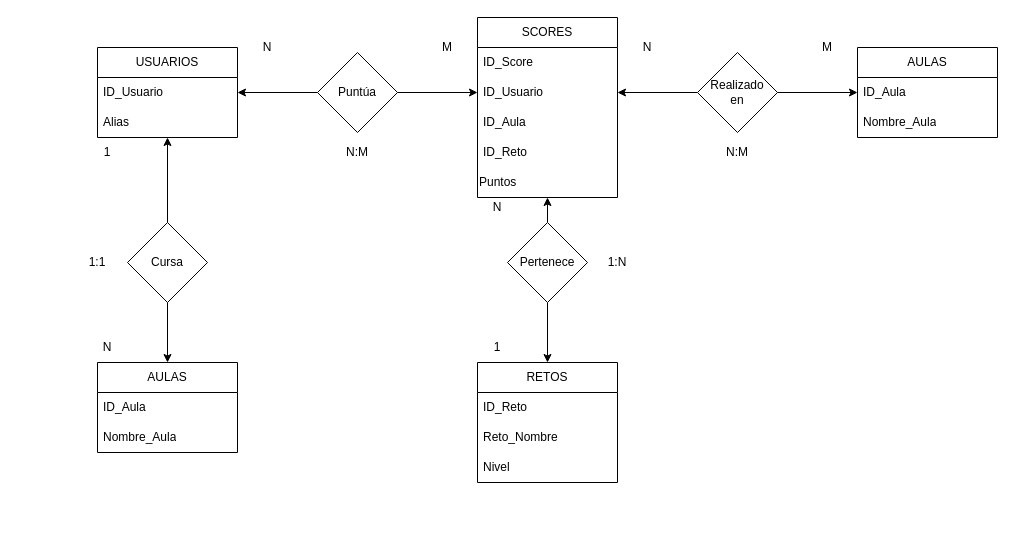
aitorcm2000/G5_Reto_Final_DAM1 keeps this draw.io diagram as BBDD/Diagramas/DB_Final_quizas.drawio. Above is the earlier version. Source tidied: cells renumbered, new cells numbered last; positions are measured from the earlier drawing's top-left corner, leaving out a move shared by most shapes. Both pictures are drawn from the tidied source at 100%, with x=0, y=0 at pixel (67, 17).
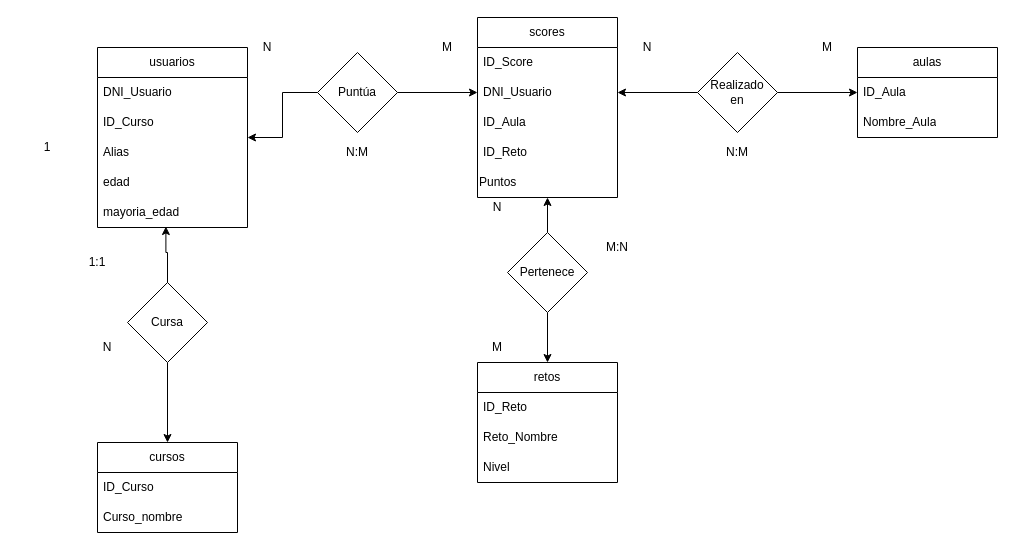
Above is the later version.

Change to the diagram source:
```diff
@@
-    <mxCell id="2" value="SCORES" style="swimlane;fontStyle=0;horizontal=1;startSize=30;whiteSpace=wrap;html=1;" parent="1" vertex="1">
+    <mxCell id="2" value="scores" style="swimlane;fontStyle=0;horizontal=1;startSize=30;whiteSpace=wrap;html=1;" parent="1" vertex="1">
       <mxGeometry x="410" width="140" height="180" as="geometry" />
     </mxCell>
@@
-    <mxCell id="4" value="ID_Usuario" style="text;strokeColor=none;fillColor=none;align=left;verticalAlign=middle;spacingLeft=4;spacingRight=4;overflow=hidden;points=[[0,0.5],[1,0.5]];portConstraint=eastwest;whiteSpace=wrap;html=1;" parent="2" vertex="1">
+    <mxCell id="4" value="DNI_Usuario" style="text;strokeColor=none;fillColor=none;align=left;verticalAlign=middle;spacingLeft=4;spacingRight=4;overflow=hidden;points=[[0,0.5],[1,0.5]];portConstraint=eastwest;whiteSpace=wrap;html=1;" parent="2" vertex="1">
       <mxGeometry y="60" width="140" height="30" as="geometry" />
     </mxCell>
@@
-    <mxCell id="8" style="edgeStyle=orthogonalEdgeStyle;rounded=0;jettySize=auto;html=1;exitX=0.5;exitY=1;exitDx=0;exitDy=0;entryX=0.5;entryY=0;entryDx=0;entryDy=0;startArrow=classic;startFill=1;endArrow=none;endFill=0;" parent="1" edge="1" source="9" target="41">
-      <mxGeometry relative="1" as="geometry" />
+    <mxCell id="8" style="edgeStyle=orthogonalEdgeStyle;rounded=0;jettySize=auto;html=1;entryX=0.5;entryY=0;entryDx=0;entryDy=0;startArrow=classic;startFill=1;endArrow=none;endFill=0;exitX=0.456;exitY=0.967;exitDx=0;exitDy=0;exitPerimeter=0;" parent="1" edge="1" source="47" target="41">
+      <mxGeometry relative="1" as="geometry">
+        <Array as="points">
+          <mxPoint x="98" y="235" />
+          <mxPoint x="100" y="235" />
+          <mxPoint x="100" y="275" />
+        </Array>
+      </mxGeometry>
     </mxCell>
-    <mxCell id="9" value="USUARIOS" style="swimlane;fontStyle=0;horizontal=1;startSize=30;whiteSpace=wrap;html=1;" parent="1" vertex="1">
-      <mxGeometry x="30" y="30" width="140" height="90" as="geometry" />
+    <mxCell id="9" value="usuarios" style="swimlane;fontStyle=0;horizontal=1;startSize=30;whiteSpace=wrap;html=1;" parent="1" vertex="1">
+      <mxGeometry x="30" y="30" width="150" height="180" as="geometry" />
     </mxCell>
-    <mxCell id="10" value="ID_Usuario" style="text;strokeColor=none;fillColor=none;align=left;verticalAlign=middle;spacingLeft=4;spacingRight=4;overflow=hidden;whiteSpace=wrap;html=1;" parent="9" vertex="1">
-      <mxGeometry y="30" width="140" height="30" as="geometry" />
+    <mxCell id="10" value="DNI_Usuario" style="text;strokeColor=none;fillColor=none;align=left;verticalAlign=middle;spacingLeft=4;spacingRight=4;overflow=hidden;whiteSpace=wrap;html=1;" parent="9" vertex="1">
+      <mxGeometry y="30" width="150" height="30" as="geometry" />
     </mxCell>
+    <mxCell id="45" value="ID_Curso" style="text;strokeColor=none;fillColor=none;align=left;verticalAlign=middle;spacingLeft=4;spacingRight=4;overflow=hidden;whiteSpace=wrap;html=1;" parent="9" vertex="1">
+      <mxGeometry y="60" width="150" height="30" as="geometry" />
+    </mxCell>
     <mxCell id="11" value="Alias" style="text;strokeColor=none;fillColor=none;align=left;verticalAlign=middle;spacingLeft=4;spacingRight=4;overflow=hidden;whiteSpace=wrap;html=1;" parent="9" vertex="1">
-      <mxGeometry y="60" width="140" height="30" as="geometry" />
+      <mxGeometry y="90" width="150" height="30" as="geometry" />
     </mxCell>
+    <mxCell id="46" value="edad" style="text;strokeColor=none;fillColor=none;align=left;verticalAlign=middle;spacingLeft=4;spacingRight=4;overflow=hidden;whiteSpace=wrap;html=1;" parent="9" vertex="1">
+      <mxGeometry y="120" width="150" height="30" as="geometry" />
+    </mxCell>
+    <mxCell id="47" value="mayoria_edad" style="text;strokeColor=none;fillColor=none;align=left;verticalAlign=middle;spacingLeft=4;spacingRight=4;overflow=hidden;points=[[0,0.5],[1,0.5]];portConstraint=eastwest;whiteSpace=wrap;html=1;" parent="9" vertex="1">
+      <mxGeometry y="150" width="150" height="30" as="geometry" />
+    </mxCell>
@@
-    <mxCell id="15" value="AULAS" style="swimlane;fontStyle=0;horizontal=1;startSize=30;whiteSpace=wrap;html=1;" parent="1" vertex="1">
+    <mxCell id="15" value="aulas" style="swimlane;fontStyle=0;horizontal=1;startSize=30;whiteSpace=wrap;html=1;" parent="1" vertex="1">
       <mxGeometry x="790" y="30" width="140" height="90" as="geometry" />
     </mxCell>
@@
-    <mxCell id="21" value="RETOS" style="swimlane;fontStyle=0;horizontal=1;startSize=30;whiteSpace=wrap;html=1;" parent="1" vertex="1">
+    <mxCell id="21" value="retos" style="swimlane;fontStyle=0;horizontal=1;startSize=30;whiteSpace=wrap;html=1;" parent="1" vertex="1">
       <mxGeometry x="410" y="345" width="140" height="120" as="geometry" />
     </mxCell>
@@
     <mxCell id="27" value="Pertenece" style="rhombus;whiteSpace=wrap;html=1;" parent="1" vertex="1">
-      <mxGeometry x="440" y="205" width="80" height="80" as="geometry" />
+      <mxGeometry x="440" y="215" width="80" height="80" as="geometry" />
     </mxCell>
@@
-    <mxCell id="32" value="1" style="text;html=1;align=center;verticalAlign=middle;whiteSpace=wrap;rounded=0;" parent="1" vertex="1">
+    <mxCell id="32" value="M" style="text;html=1;align=center;verticalAlign=middle;whiteSpace=wrap;rounded=0;" parent="1" vertex="1">
       <mxGeometry x="400" y="315" width="60" height="30" as="geometry" />
     </mxCell>
@@
-    <mxCell id="35" value="1:N" style="text;html=1;align=center;verticalAlign=middle;whiteSpace=wrap;rounded=0;" parent="1" vertex="1">
-      <mxGeometry x="520" y="230" width="60" height="30" as="geometry" />
+    <mxCell id="35" value="M:N" style="text;html=1;align=center;verticalAlign=middle;whiteSpace=wrap;rounded=0;" parent="1" vertex="1">
+      <mxGeometry x="520" y="215" width="60" height="30" as="geometry" />
     </mxCell>
@@
-    <mxCell id="37" value="AULAS" style="swimlane;fontStyle=0;horizontal=1;startSize=30;whiteSpace=wrap;html=1;" parent="1" vertex="1">
-      <mxGeometry x="30" y="345" width="140" height="90" as="geometry" />
+    <mxCell id="37" value="cursos" style="swimlane;fontStyle=0;horizontal=1;startSize=30;whiteSpace=wrap;html=1;" parent="1" vertex="1">
+      <mxGeometry x="30" y="425" width="140" height="90" as="geometry" />
     </mxCell>
-    <mxCell id="38" value="ID_Aula" style="text;strokeColor=none;fillColor=none;align=left;verticalAlign=middle;spacingLeft=4;spacingRight=4;overflow=hidden;whiteSpace=wrap;html=1;" parent="37" vertex="1">
+    <mxCell id="38" value="ID_Curso" style="text;strokeColor=none;fillColor=none;align=left;verticalAlign=middle;spacingLeft=4;spacingRight=4;overflow=hidden;whiteSpace=wrap;html=1;" parent="37" vertex="1">
       <mxGeometry y="30" width="140" height="30" as="geometry" />
     </mxCell>
-    <mxCell id="39" value="Nombre_Aula" style="text;strokeColor=none;fillColor=none;align=left;verticalAlign=middle;spacingLeft=4;spacingRight=4;overflow=hidden;whiteSpace=wrap;html=1;" parent="37" vertex="1">
+    <mxCell id="39" value="Curso_nombre" style="text;strokeColor=none;fillColor=none;align=left;verticalAlign=middle;spacingLeft=4;spacingRight=4;overflow=hidden;whiteSpace=wrap;html=1;" parent="37" vertex="1">
       <mxGeometry y="60" width="140" height="30" as="geometry" />
     </mxCell>
@@
     <mxCell id="41" value="Cursa" style="rhombus;whiteSpace=wrap;html=1;" parent="1" vertex="1">
-      <mxGeometry x="60" y="205" width="80" height="80" as="geometry" />
+      <mxGeometry x="60" y="265" width="80" height="80" as="geometry" />
     </mxCell>
@@
     <mxCell id="44" value="1" style="text;html=1;align=center;verticalAlign=middle;whiteSpace=wrap;rounded=0;" parent="1" vertex="1">
-      <mxGeometry x="10" y="120" width="60" height="30" as="geometry" />
+      <mxGeometry x="-50" y="115" width="60" height="30" as="geometry" />
     </mxCell>
```
